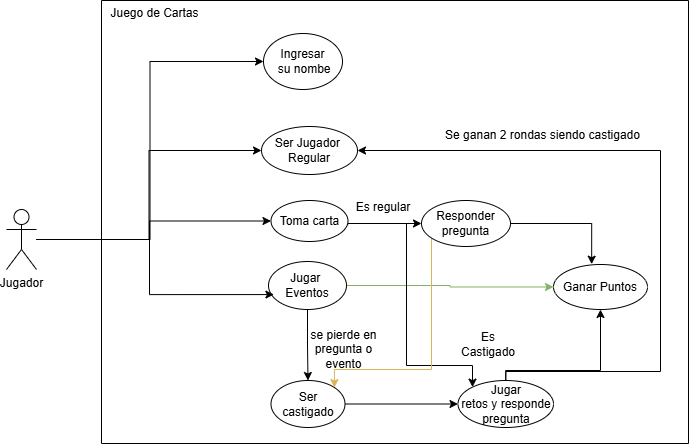
Earlier version of the draw.io export DiagramaEstadosProyecto2-DiagramaDeCasos.drawio.png (CCxbambix/Proyecto2_BonziBuddy). Source tidied: cells renumbered, new cells last; positions are measured from the earlier drawing's top-left corner, leaving out a move shared by most shapes.
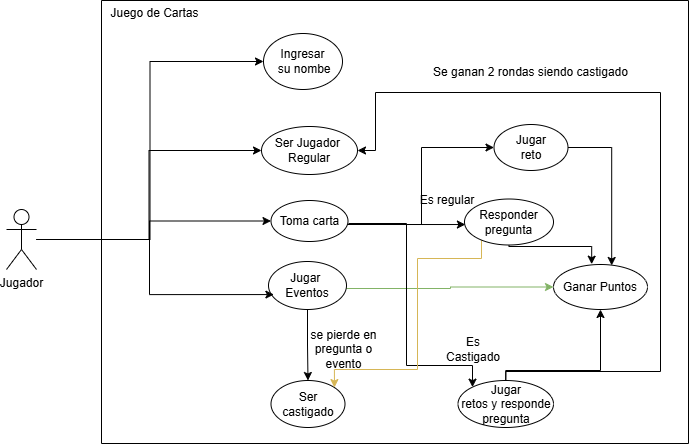
After the change.

Commit message:
Agrego el diagrama correcto de CasosDeUso

What changed in the source:
```diff
@@ -32,27 +32,22 @@
       <mxGeometry relative="1" as="geometry" />
     </mxCell>
     <mxCell id="10" style="edgeStyle=orthogonalEdgeStyle;rounded=0;jettySize=auto;html=1;entryX=0;entryY=0.5;entryDx=0;entryDy=0;fillColor=#d5e8d4;strokeColor=#82b366;" parent="6" edge="1" source="11" target="23">
-      <mxGeometry relative="1" as="geometry" />
+      <mxGeometry relative="1" as="geometry">
+        <Array as="points">
+          <mxPoint x="349" y="288" />
+          <mxPoint x="349" y="287" />
+        </Array>
+      </mxGeometry>
     </mxCell>
     <mxCell id="11" value="Jugar&amp;nbsp;&lt;div&gt;Eventos&lt;/div&gt;" style="ellipse;whiteSpace=wrap;html=1;" parent="6" vertex="1">
       <mxGeometry x="167" y="261" width="78" height="48" as="geometry" />
     </mxCell>
-    <mxCell id="12" style="edgeStyle=orthogonalEdgeStyle;rounded=0;jettySize=auto;html=1;entryX=0;entryY=0.5;entryDx=0;entryDy=0;" parent="6" edge="1" source="13" target="22">
-      <mxGeometry relative="1" as="geometry" />
-    </mxCell>
     <mxCell id="13" value="Ser castigado" style="ellipse;whiteSpace=wrap;html=1;" parent="6" vertex="1">
       <mxGeometry x="169.5" y="380" width="74" height="47" as="geometry" />
     </mxCell>
     <mxCell id="14" value="Ingresar&lt;div&gt;&amp;nbsp;su nombe&lt;/div&gt;" style="ellipse;whiteSpace=wrap;html=1;" parent="6" vertex="1">
       <mxGeometry x="162" y="33" width="79" height="56" as="geometry" />
     </mxCell>
-    <mxCell id="15" style="edgeStyle=orthogonalEdgeStyle;rounded=0;jettySize=auto;html=1;entryX=0;entryY=0.5;entryDx=0;entryDy=0;exitX=0.996;exitY=0.6;exitDx=0;exitDy=0;exitPerimeter=0;" parent="6" edge="1" source="17" target="19">
-      <mxGeometry relative="1" as="geometry">
-        <Array as="points">
-          <mxPoint x="246" y="223" />
-        </Array>
-      </mxGeometry>
-    </mxCell>
     <mxCell id="16" style="edgeStyle=orthogonalEdgeStyle;rounded=0;jettySize=auto;html=1;" parent="6" edge="1" target="22">
       <mxGeometry relative="1" as="geometry">
         <mxPoint x="247" y="223" as="sourcePoint" />
@@ -63,19 +58,29 @@
         </Array>
       </mxGeometry>
     </mxCell>
+    <mxCell id="30" style="edgeStyle=orthogonalEdgeStyle;rounded=0;jettySize=auto;html=1;entryX=0;entryY=0.5;entryDx=0;entryDy=0;" parent="6" edge="1" source="17" target="32">
+      <mxGeometry relative="1" as="geometry">
+        <Array as="points">
+          <mxPoint x="320" y="224" />
+          <mxPoint x="320" y="147" />
+        </Array>
+      </mxGeometry>
+    </mxCell>
     <mxCell id="17" value="Toma carta" style="ellipse;whiteSpace=wrap;html=1;" parent="6" vertex="1">
       <mxGeometry x="169.5" y="200" width="77" height="41" as="geometry" />
     </mxCell>
     <mxCell id="18" style="edgeStyle=orthogonalEdgeStyle;rounded=0;jettySize=auto;html=1;entryX=1;entryY=0;entryDx=0;entryDy=0;fillColor=#fff2cc;strokeColor=#d6b656;" parent="6" edge="1" source="19" target="13">
       <mxGeometry relative="1" as="geometry">
         <Array as="points">
-          <mxPoint x="330" y="369" />
-          <mxPoint x="233" y="369" />
+          <mxPoint x="380" y="258" />
+          <mxPoint x="316" y="258" />
+          <mxPoint x="316" y="369" />
+          <mxPoint x="232" y="369" />
         </Array>
       </mxGeometry>
     </mxCell>
     <mxCell id="19" value="Responder pregunta" style="ellipse;whiteSpace=wrap;html=1;" parent="6" vertex="1">
-      <mxGeometry x="320" y="200" width="89" height="46" as="geometry" />
+      <mxGeometry x="363" y="198.5" width="89" height="46" as="geometry" />
     </mxCell>
     <mxCell id="20" style="edgeStyle=orthogonalEdgeStyle;rounded=0;jettySize=auto;html=1;entryX=0.5;entryY=1;entryDx=0;entryDy=0;" parent="6" edge="1" source="22" target="23">
       <mxGeometry relative="1" as="geometry">
@@ -88,8 +93,11 @@
     <mxCell id="21" style="edgeStyle=orthogonalEdgeStyle;rounded=0;jettySize=auto;html=1;entryX=1;entryY=0.5;entryDx=0;entryDy=0;" parent="6" edge="1" source="22" target="7">
       <mxGeometry relative="1" as="geometry">
         <Array as="points">
+          <mxPoint x="404" y="371" />
           <mxPoint x="559" y="371" />
-          <mxPoint x="559" y="150" />
+          <mxPoint x="559" y="92" />
+          <mxPoint x="274" y="92" />
+          <mxPoint x="274" y="150" />
         </Array>
       </mxGeometry>
     </mxCell>
@@ -100,20 +108,43 @@
       <mxGeometry x="452" y="264" width="94" height="45" as="geometry" />
     </mxCell>
     <mxCell id="24" style="edgeStyle=orthogonalEdgeStyle;rounded=0;jettySize=auto;html=1;entryX=0.406;entryY=-0.007;entryDx=0;entryDy=0;entryPerimeter=0;" parent="6" edge="1" source="19" target="23">
-      <mxGeometry relative="1" as="geometry" />
+      <mxGeometry relative="1" as="geometry">
+        <Array as="points">
+          <mxPoint x="407" y="246" />
+          <mxPoint x="490" y="246" />
+        </Array>
+      </mxGeometry>
     </mxCell>
     <mxCell id="25" value="se pierde en pregunta o evento" style="text;html=1;align=center;verticalAlign=middle;whiteSpace=wrap;rounded=0;" parent="6" vertex="1">
       <mxGeometry x="202" y="334" width="81" height="30" as="geometry" />
     </mxCell>
     <mxCell id="26" value="Es Castigado" style="text;html=1;align=center;verticalAlign=middle;whiteSpace=wrap;rounded=0;" parent="6" vertex="1">
-      <mxGeometry x="356.5" y="329" width="60" height="30" as="geometry" />
+      <mxGeometry x="342" y="334" width="60" height="30" as="geometry" />
     </mxCell>
     <mxCell id="27" value="Es regular" style="text;html=1;align=center;verticalAlign=middle;whiteSpace=wrap;rounded=0;" parent="6" vertex="1">
-      <mxGeometry x="252" y="192" width="60" height="30" as="geometry" />
+      <mxGeometry x="316" y="185" width="60" height="30" as="geometry" />
     </mxCell>
     <mxCell id="28" value="Se ganan 2 rondas siendo castigado" style="text;html=1;align=center;verticalAlign=middle;whiteSpace=wrap;rounded=0;" parent="6" vertex="1">
-      <mxGeometry x="337" y="117" width="209" height="35" as="geometry" />
+      <mxGeometry x="325" y="54" width="209" height="35" as="geometry" />
     </mxCell>
+    <mxCell id="31" style="edgeStyle=orthogonalEdgeStyle;rounded=0;jettySize=auto;html=1;entryX=0.619;entryY=0.022;entryDx=0;entryDy=0;entryPerimeter=0;" parent="6" edge="1" source="32" target="23">
+      <mxGeometry relative="1" as="geometry">
+        <Array as="points">
+          <mxPoint x="510" y="147" />
+        </Array>
+      </mxGeometry>
+    </mxCell>
+    <mxCell id="32" value="Jugar&lt;div&gt;reto&lt;/div&gt;" style="ellipse;whiteSpace=wrap;html=1;" parent="6" vertex="1">
+      <mxGeometry x="392.5" y="124" width="74" height="46" as="geometry" />
+    </mxCell>
+    <mxCell id="15" style="edgeStyle=orthogonalEdgeStyle;rounded=0;jettySize=auto;html=1;entryX=0.01;entryY=0.555;entryDx=0;entryDy=0;entryPerimeter=0;" parent="6" edge="1" source="17" target="19">
+      <mxGeometry relative="1" as="geometry">
+        <Array as="points">
+          <mxPoint x="276" y="224" />
+          <mxPoint x="276" y="224" />
+        </Array>
+      </mxGeometry>
+    </mxCell>
     <mxCell id="29" style="edgeStyle=orthogonalEdgeStyle;rounded=0;jettySize=auto;html=1;entryX=0.069;entryY=0.689;entryDx=0;entryDy=0;entryPerimeter=0;" parent="1" edge="1" source="5" target="11">
       <mxGeometry relative="1" as="geometry">
         <Array as="points">
```
